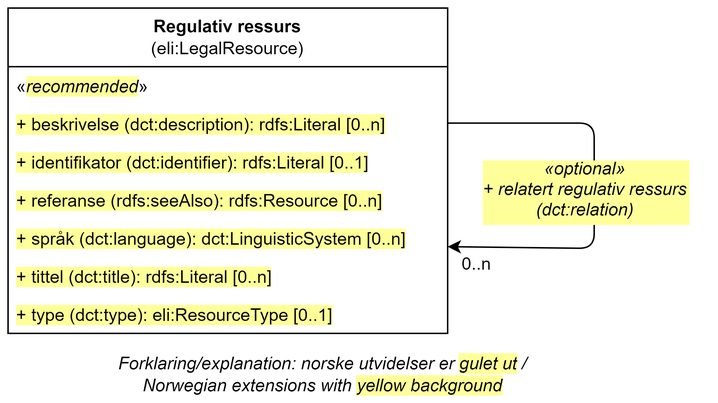
Before: docs/images/Klassen-RegulativRessurs.png, a diagram exported from draw.io (Informasjonsforvaltning/dcat-ap-no). Source tidied: cells renumbered, new cells last; positions are measured from the earlier drawing's top-left corner, leaving out a move shared by most shapes.
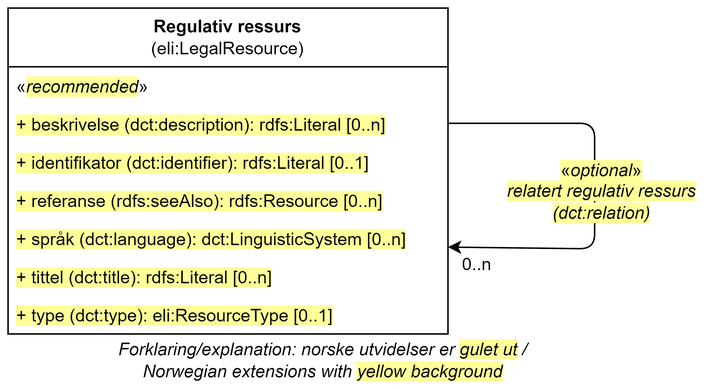
Above is the later version.

What changed in the source:
```diff
@@ -11,14 +11,11 @@
         </Array>
       </mxGeometry>
     </mxCell>
-    <mxCell id="3" value="«optional»&#10;+ relatert regulativ ressurs&#10;(dct:relation)" style="text;strokeColor=none;fillColor=none;align=center;verticalAlign=top;spacingLeft=4;spacingRight=4;overflow=hidden;fontFamily=Helvetica;labelBackgroundColor=#FFFF99;fontStyle=2;" parent="1" vertex="1">
-      <mxGeometry x="309" y="96" width="170" height="50" as="geometry" />
-    </mxCell>
     <mxCell id="4" value="0..n" style="text;html=1;strokeColor=none;fillColor=none;align=center;verticalAlign=middle;whiteSpace=wrap;rounded=0;labelBackgroundColor=default;fontFamily=Helvetica;fontSize=12;" parent="1" vertex="1">
       <mxGeometry x="300" y="165" width="40" height="20" as="geometry" />
     </mxCell>
     <mxCell id="5" value="Forklaring/explanation: norske utvidelser er&amp;nbsp;&lt;span style=&quot;background-color: rgb(255, 255, 153);&quot;&gt;gulet ut&lt;/span&gt;&lt;span style=&quot;background-color: rgb(255 , 255 , 255)&quot;&gt;&amp;nbsp;/ &lt;br&gt;Norwegian extensions with &lt;/span&gt;&lt;span style=&quot;background-color: rgb(255, 255, 153);&quot;&gt;yellow background&lt;/span&gt;" style="text;html=1;strokeColor=none;fillColor=none;align=center;verticalAlign=middle;whiteSpace=wrap;rounded=0;fontStyle=2;" parent="1" vertex="1">
-      <mxGeometry x="50" y="240" width="330" height="20" as="geometry" />
+      <mxGeometry x="50" y="230" width="330" height="20" as="geometry" />
     </mxCell>
     <mxCell id="6" value="&lt;b style=&quot;border-color: var(--border-color);&quot;&gt;Regulativ ressurs&lt;/b&gt;&lt;br style=&quot;border-color: var(--border-color);&quot;&gt;(eli:LegalResource)" style="swimlane;fontStyle=0;horizontal=1;startSize=40;fillColor=none;whiteSpace=wrap;html=1;" parent="1" vertex="1">
       <mxGeometry width="300" height="222" as="geometry" />
@@ -44,5 +41,8 @@
     <mxCell id="13" value="&lt;span style=&quot;background-color: rgb(255, 255, 153);&quot;&gt;+ type (dct:type): eli:ResourceType&amp;nbsp;[0..1]&lt;/span&gt;" style="text;strokeColor=none;fillColor=none;align=left;verticalAlign=top;spacingLeft=4;spacingRight=4;overflow=hidden;whiteSpace=wrap;html=1;" parent="6" vertex="1">
       <mxGeometry y="196" width="300" height="26" as="geometry" />
     </mxCell>
+    <mxCell id="14" value="&lt;span style=&quot;background-color: rgb(255, 255, 153);&quot;&gt;«&lt;i style=&quot;border-color: var(--border-color);&quot;&gt;optional&lt;/i&gt;»&lt;br&gt;&lt;span style=&quot;font-style: italic;&quot;&gt;relatert regulativ ressurs&lt;/span&gt;&lt;br style=&quot;border-color: var(--border-color); padding: 0px; margin: 0px; font-style: italic;&quot;&gt;&lt;span style=&quot;font-style: italic;&quot;&gt;(dct:relation)&lt;/span&gt;&lt;br&gt;&lt;/span&gt;" style="text;html=1;strokeColor=none;fillColor=none;align=center;verticalAlign=middle;whiteSpace=wrap;rounded=0;" parent="1" vertex="1">
+      <mxGeometry x="330" y="110" width="150" height="30" as="geometry" />
+    </mxCell>
   </root>
 </mxGraphModel>
```
